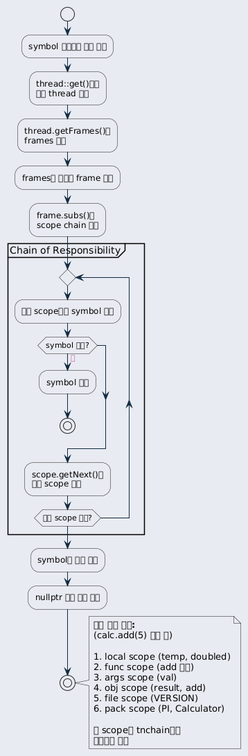
This is ref/generated/ko/inline_umlgraph_30.png from byeolang/website, a PlantUML export, as it was before one commit.
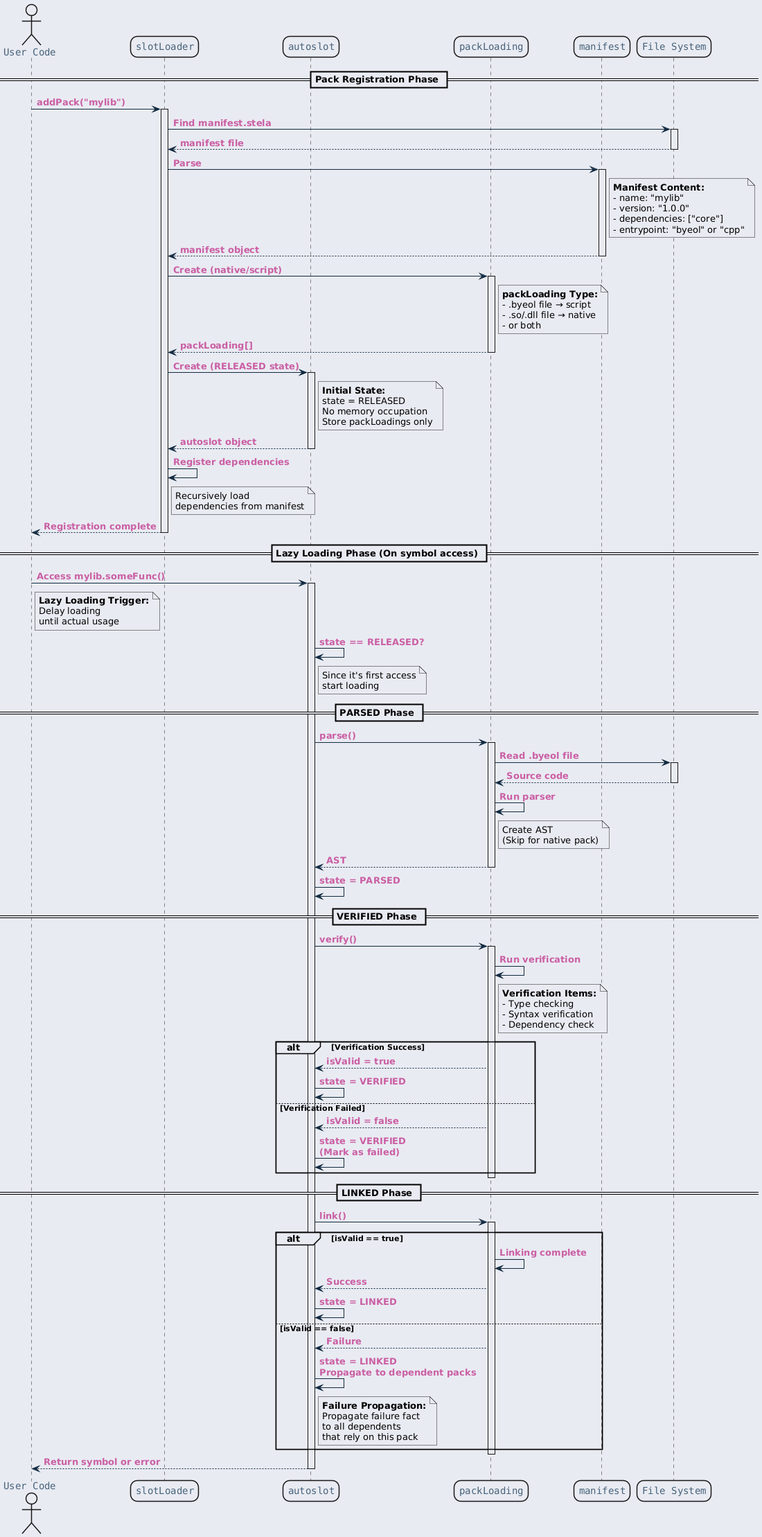
The same diagram one commit later.

The edit, as a diff of the source:
```diff
@@ -23,50 +23,168 @@
     }
 }
 </style>
-start
+actor "User Code" as user
+participant "slotLoader" as loader
+participant "autoslot" as autoslot
+participant "packLoading" as packLoading
+participant "manifest" as manifest
+participant "File System" as fs
 
-:symbol 이름으로 탐색 요청;
+== Pack Registration Phase ==
 
-:thread::get()으로\n현재 thread 획득;
+user -> loader : addPack("mylib")
+activate loader
 
-:thread.getFrames()로\nframes 획득;
+loader -> fs : Find manifest.stela
+activate fs
 
-:frames의 최상위 frame 획득;
+fs --> loader : manifest file
+deactivate fs
 
-:frame.subs()로\nscope chain 획득;
+loader -> manifest : Parse
+activate manifest
 
-partition "Chain of Responsibility" {
-    repeat
-        :현재 scope에서 symbol 검색;
+note right of manifest
+  <b>Manifest Content:</b>
+  - name: "mylib"
+  - version: "1.0.0"
+  - dependencies: ["core"]
+  - entrypoint: "byeol" or "cpp"
+end note
 
-        if (symbol 발견?) then (예)
-            :symbol 반환;
-            stop
-        endif
+manifest --> loader : manifest object
+deactivate manifest
 
-        :scope.getNext()로\n다음 scope 획득;
+loader -> packLoading : Create (native/script)
+activate packLoading
 
-    repeat while (다음 scope 존재?)
-}
+note right of packLoading
+  <b>packLoading Type:</b>
+  - .byeol file → script
+  - .so/.dll file → native
+  - or both
+end note
 
-:symbol을 찾지 못함;
+packLoading --> loader : packLoading[]
+deactivate packLoading
 
-:nullptr 반환 또는 에러;
+loader -> autoslot : Create (RELEASED state)
+activate autoslot
 
-stop
+note right of autoslot
+  <b>Initial State:</b>
+  state = RELEASED
+  No memory occupation
+  Store packLoadings only
+end note
 
-note right
-  <b>탐색 순서 예시:</b>
-  (calc.add(5) 실행 중)
+autoslot --> loader : autoslot object
+deactivate autoslot
 
-  1. local scope (temp, doubled)
-  2. func scope (add 함수)
-  3. args scope (val)
-  4. obj scope (result, add)
-  5. file scope (VERSION)
-  6. pack scope (PI, Calculator)
+loader -> loader : Register dependencies
+note right of loader
+  Recursively load
+  dependencies from manifest
+end note
 
-  각 scope는 tnchain으로
-  연결되어 있음
+loader --> user : Registration complete
+deactivate loader
+
+== Lazy Loading Phase (On symbol access) ==
+
+user -> autoslot : Access mylib.someFunc()
+activate autoslot
+
+note right of user
+  <b>Lazy Loading Trigger:</b>
+  Delay loading
+  until actual usage
 end note
+
+autoslot -> autoslot : state == RELEASED?
+note right of autoslot
+  Since it's first access
+  start loading
+end note
+
+== PARSED Phase ==
+
+autoslot -> packLoading : parse()
+activate packLoading
+
+packLoading -> fs : Read .byeol file
+activate fs
+
+fs --> packLoading : Source code
+deactivate fs
+
+packLoading -> packLoading : Run parser
+note right of packLoading
+  Create AST
+  (Skip for native pack)
+end note
+
+packLoading --> autoslot : AST
+deactivate packLoading
+
+autoslot -> autoslot : state = PARSED
+
+== VERIFIED Phase ==
+
+autoslot -> packLoading : verify()
+activate packLoading
+
+packLoading -> packLoading : Run verification
+note right of packLoading
+  <b>Verification Items:</b>
+  - Type checking
+  - Syntax verification
+  - Dependency check
+end note
+
+alt Verification Success
+
+    packLoading --> autoslot : isValid = true
+    autoslot -> autoslot : state = VERIFIED
+
+else Verification Failed
+
+    packLoading --> autoslot : isValid = false
+    autoslot -> autoslot : state = VERIFIED\n(Mark as failed)
+
+end
+
+deactivate packLoading
+
+== LINKED Phase ==
+
+autoslot -> packLoading : link()
+activate packLoading
+
+alt isValid == true
+
+    packLoading -> packLoading : Linking complete
+    packLoading --> autoslot : Success
+
+    autoslot -> autoslot : state = LINKED
+
+else isValid == false
+
+    packLoading --> autoslot : Failure
+
+    autoslot -> autoslot : state = LINKED\nPropagate to dependent packs
+
+    note right of autoslot
+      <b>Failure Propagation:</b>
+      Propagate failure fact
+      to all dependents
+      that rely on this pack
+    end note
+
+end
+
+deactivate packLoading
+
+autoslot --> user : Return symbol or error
+deactivate autoslot
 @enduml
```
